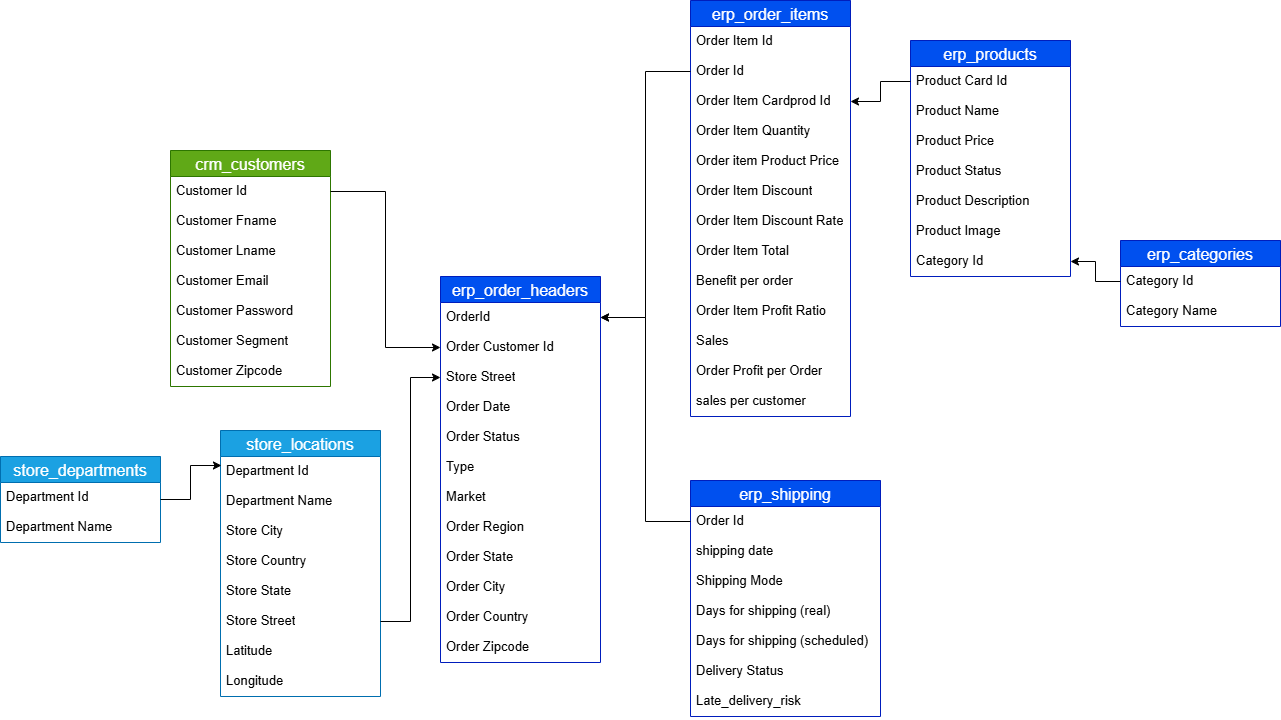
Earlier version of the draw.io export datasets/Sources Integration.drawio.png (MohammadGhanaym/Sales-Logistics-Analytics-DWH). Source tidied: cells renumbered, new cells last; positions are measured from the earlier drawing's top-left corner, leaving out a move shared by most shapes.
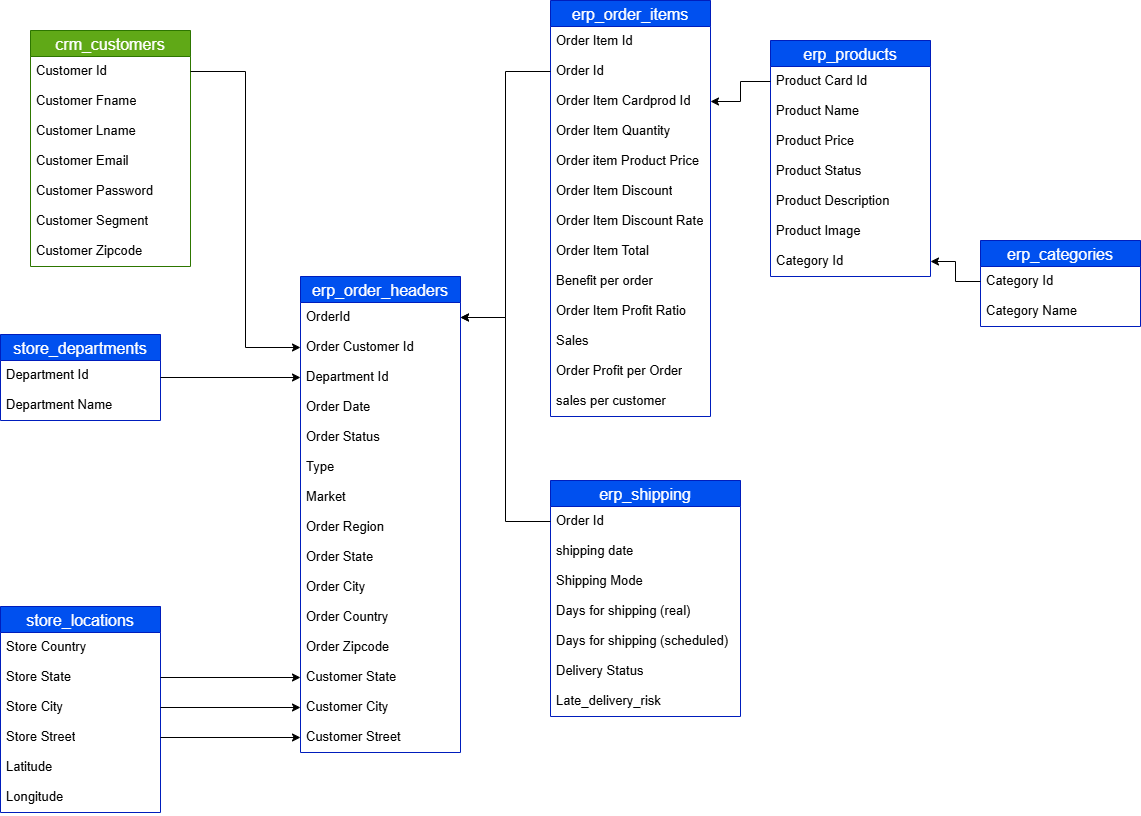
After the commit.

What changed in the source:
```diff
@@ -3,7 +3,7 @@
     <mxCell id="0" />
     <mxCell id="1" parent="0" />
     <mxCell id="2" value="crm_customers" style="swimlane;fontStyle=0;horizontal=1;startSize=26;align=center;fontSize=16;fillColor=#60a917;fontColor=#ffffff;strokeColor=#2D7600;" parent="1" vertex="1">
-      <mxGeometry x="170" y="150" width="160" height="236" as="geometry" />
+      <mxGeometry x="170" y="30" width="160" height="236" as="geometry" />
     </mxCell>
     <mxCell id="3" value="Customer Id" style="text;strokeColor=none;fillColor=none;spacingLeft=4;spacingRight=4;overflow=hidden;points=[[0,0.5],[1,0.5]];portConstraint=eastwest;fontSize=13;whiteSpace=wrap;html=1;" parent="2" vertex="1">
       <mxGeometry y="26" width="160" height="30" as="geometry" />
@@ -26,32 +26,26 @@
     <mxCell id="9" value="Customer Zipcode" style="text;strokeColor=none;fillColor=none;spacingLeft=4;spacingRight=4;overflow=hidden;fontSize=13;whiteSpace=wrap;html=1;" parent="2" vertex="1">
       <mxGeometry y="206" width="160" height="30" as="geometry" />
     </mxCell>
-    <mxCell id="10" value="store_locations" style="swimlane;fontStyle=0;horizontal=1;startSize=26;align=center;fontSize=16;fillColor=#1ba1e2;fontColor=#ffffff;strokeColor=#006EAF;" parent="1" vertex="1">
-      <mxGeometry x="220" y="430" width="160" height="266" as="geometry" />
+    <mxCell id="10" value="store_locations" style="swimlane;fontStyle=0;horizontal=1;startSize=26;align=center;fontSize=16;fillColor=#0050ef;fontColor=#ffffff;strokeColor=#001DBC;" parent="1" vertex="1">
+      <mxGeometry x="140" y="606" width="160" height="206" as="geometry" />
     </mxCell>
-    <mxCell id="11" value="Department Id" style="text;strokeColor=none;fillColor=none;spacingLeft=4;spacingRight=4;overflow=hidden;points=[[0,0.5],[1,0.5]];portConstraint=eastwest;fontSize=13;whiteSpace=wrap;html=1;" parent="10" vertex="1">
-      <mxGeometry y="26" width="160" height="30" as="geometry" />
-    </mxCell>
-    <mxCell id="12" value="Department Name" style="text;strokeColor=none;fillColor=none;spacingLeft=4;spacingRight=4;overflow=hidden;fontSize=13;whiteSpace=wrap;html=1;" parent="10" vertex="1">
-      <mxGeometry y="56" width="160" height="30" as="geometry" />
-    </mxCell>
-    <mxCell id="13" value="Store City" style="text;strokeColor=none;fillColor=none;spacingLeft=4;spacingRight=4;overflow=hidden;fontSize=13;whiteSpace=wrap;html=1;" parent="10" vertex="1">
-      <mxGeometry y="86" width="160" height="30" as="geometry" />
+    <mxCell id="13" value="Store Country" style="text;strokeColor=none;fillColor=none;spacingLeft=4;spacingRight=4;overflow=hidden;fontSize=13;whiteSpace=wrap;html=1;" parent="10" vertex="1">
+      <mxGeometry y="26" width="160" height="30" as="geometry" />
     </mxCell>
-    <mxCell id="14" value="Store Country" style="text;strokeColor=none;fillColor=none;spacingLeft=4;spacingRight=4;overflow=hidden;points=[[0,0.5],[1,0.5]];portConstraint=eastwest;fontSize=13;whiteSpace=wrap;html=1;" parent="10" vertex="1">
-      <mxGeometry y="116" width="160" height="30" as="geometry" />
+    <mxCell id="14" value="Store State" style="text;strokeColor=none;fillColor=none;spacingLeft=4;spacingRight=4;overflow=hidden;points=[[0,0.5],[1,0.5]];portConstraint=eastwest;fontSize=13;whiteSpace=wrap;html=1;" parent="10" vertex="1">
+      <mxGeometry y="56" width="160" height="30" as="geometry" />
     </mxCell>
-    <mxCell id="15" value="Store State" style="text;strokeColor=none;fillColor=none;spacingLeft=4;spacingRight=4;overflow=hidden;points=[[0,0.5],[1,0.5]];portConstraint=eastwest;fontSize=13;whiteSpace=wrap;html=1;" parent="10" vertex="1">
-      <mxGeometry y="146" width="160" height="30" as="geometry" />
+    <mxCell id="15" value="Store City" style="text;strokeColor=none;fillColor=none;spacingLeft=4;spacingRight=4;overflow=hidden;points=[[0,0.5],[1,0.5]];portConstraint=eastwest;fontSize=13;whiteSpace=wrap;html=1;" parent="10" vertex="1">
+      <mxGeometry y="86" width="160" height="30" as="geometry" />
     </mxCell>
     <mxCell id="16" value="Store Street" style="text;strokeColor=none;fillColor=none;spacingLeft=4;spacingRight=4;overflow=hidden;points=[[0,0.5],[1,0.5]];portConstraint=eastwest;fontSize=13;whiteSpace=wrap;html=1;" parent="10" vertex="1">
-      <mxGeometry y="176" width="160" height="30" as="geometry" />
+      <mxGeometry y="116" width="160" height="30" as="geometry" />
     </mxCell>
     <mxCell id="17" value="Latitude" style="text;strokeColor=none;fillColor=none;spacingLeft=4;spacingRight=4;overflow=hidden;fontSize=13;whiteSpace=wrap;html=1;" parent="10" vertex="1">
-      <mxGeometry y="206" width="160" height="30" as="geometry" />
+      <mxGeometry y="146" width="160" height="30" as="geometry" />
     </mxCell>
     <mxCell id="18" value="Longitude" style="text;strokeColor=none;fillColor=none;spacingLeft=4;spacingRight=4;overflow=hidden;fontSize=13;whiteSpace=wrap;html=1;" parent="10" vertex="1">
-      <mxGeometry y="236" width="160" height="30" as="geometry" />
+      <mxGeometry y="176" width="160" height="30" as="geometry" />
     </mxCell>
     <mxCell id="19" value="erp_products" style="swimlane;fontStyle=0;horizontal=1;startSize=26;align=center;fontSize=16;fillColor=#0050ef;fontColor=#ffffff;strokeColor=#001DBC;" parent="1" vertex="1">
       <mxGeometry x="910" y="40" width="160" height="236" as="geometry" />
@@ -87,7 +81,7 @@
       <mxGeometry y="56" width="160" height="30" as="geometry" />
     </mxCell>
     <mxCell id="30" value="erp_order_headers" style="swimlane;fontStyle=0;horizontal=1;startSize=26;align=center;fontSize=16;fillColor=#0050ef;fontColor=#ffffff;strokeColor=#001DBC;" parent="1" vertex="1">
-      <mxGeometry x="440" y="276" width="160" height="386" as="geometry" />
+      <mxGeometry x="440" y="276" width="160" height="476" as="geometry" />
     </mxCell>
     <mxCell id="31" value="OrderId" style="text;strokeColor=none;fillColor=none;spacingLeft=4;spacingRight=4;overflow=hidden;points=[[0,0.5],[1,0.5]];portConstraint=eastwest;fontSize=13;whiteSpace=wrap;html=1;" parent="30" vertex="1">
       <mxGeometry y="26" width="160" height="30" as="geometry" />
@@ -95,9 +89,9 @@
     <mxCell id="32" value="Order Customer Id" style="text;strokeColor=none;fillColor=none;spacingLeft=4;spacingRight=4;overflow=hidden;points=[[0,0.5],[1,0.5]];portConstraint=eastwest;fontSize=13;whiteSpace=wrap;html=1;" parent="30" vertex="1">
       <mxGeometry y="56" width="160" height="30" as="geometry" />
     </mxCell>
-    <mxCell id="33" value="Store Street" style="text;strokeColor=none;fillColor=none;spacingLeft=4;spacingRight=4;overflow=hidden;points=[[0,0.5],[1,0.5]];portConstraint=eastwest;fontSize=13;whiteSpace=wrap;html=1;" parent="30" vertex="1">
-      <mxGeometry y="86" width="160" height="30" as="geometry" />
-    </mxCell>
+    <mxCell id="11" value="Department Id" style="text;strokeColor=none;fillColor=none;spacingLeft=4;spacingRight=4;overflow=hidden;points=[[0,0.5],[1,0.5]];portConstraint=eastwest;fontSize=13;whiteSpace=wrap;html=1;" parent="30" vertex="1">
+      <mxGeometry y="86" width="160" height="30" as="geometry" />
+    </mxCell>
     <mxCell id="34" value="Order Date" style="text;strokeColor=none;fillColor=none;spacingLeft=4;spacingRight=4;overflow=hidden;fontSize=13;whiteSpace=wrap;html=1;" parent="30" vertex="1">
       <mxGeometry y="116" width="160" height="30" as="geometry" />
     </mxCell>
@@ -125,6 +119,15 @@
     <mxCell id="42" value="Order Zipcode" style="text;strokeColor=none;fillColor=none;spacingLeft=4;spacingRight=4;overflow=hidden;fontSize=13;whiteSpace=wrap;html=1;" parent="30" vertex="1">
       <mxGeometry y="356" width="160" height="30" as="geometry" />
     </mxCell>
+    <mxCell id="75" value="Customer State" style="text;strokeColor=none;fillColor=none;spacingLeft=4;spacingRight=4;overflow=hidden;points=[[0,0.5],[1,0.5]];portConstraint=eastwest;fontSize=13;whiteSpace=wrap;html=1;" parent="30" vertex="1">
+      <mxGeometry y="386" width="160" height="30" as="geometry" />
+    </mxCell>
+    <mxCell id="76" value="Customer City" style="text;strokeColor=none;fillColor=none;spacingLeft=4;spacingRight=4;overflow=hidden;points=[[0,0.5],[1,0.5]];portConstraint=eastwest;fontSize=13;whiteSpace=wrap;html=1;" parent="30" vertex="1">
+      <mxGeometry y="416" width="160" height="30" as="geometry" />
+    </mxCell>
+    <mxCell id="77" value="Customer Street" style="text;strokeColor=none;fillColor=none;spacingLeft=4;spacingRight=4;overflow=hidden;points=[[0,0.5],[1,0.5]];portConstraint=eastwest;fontSize=13;whiteSpace=wrap;html=1;" parent="30" vertex="1">
+      <mxGeometry y="446" width="160" height="30" as="geometry" />
+    </mxCell>
     <mxCell id="43" value="erp_order_items" style="swimlane;fontStyle=0;horizontal=1;startSize=26;align=center;fontSize=16;fillColor=#0050ef;fontColor=#ffffff;strokeColor=#001DBC;" parent="1" vertex="1">
       <mxGeometry x="690" width="160" height="416" as="geometry" />
     </mxCell>
@@ -206,8 +209,8 @@
     <mxCell id="69" style="edgeStyle=orthogonalEdgeStyle;rounded=0;jettySize=auto;html=1;entryX=0;entryY=0.5;entryDx=0;entryDy=0;" parent="1" edge="1" source="3" target="32">
       <mxGeometry relative="1" as="geometry" />
     </mxCell>
-    <mxCell id="70" value="store_departments" style="swimlane;fontStyle=0;horizontal=1;startSize=26;align=center;fontSize=16;fillColor=#1ba1e2;fontColor=#ffffff;strokeColor=#006EAF;" parent="1" vertex="1">
-      <mxGeometry y="456" width="160" height="86" as="geometry" />
+    <mxCell id="70" value="store_departments" style="swimlane;fontStyle=0;horizontal=1;startSize=26;align=center;fontSize=16;fillColor=#0050ef;fontColor=#ffffff;strokeColor=#001DBC;" parent="1" vertex="1">
+      <mxGeometry x="140" y="334" width="160" height="86" as="geometry" />
     </mxCell>
     <mxCell id="71" value="Department Id" style="text;strokeColor=none;fillColor=none;spacingLeft=4;spacingRight=4;overflow=hidden;fontSize=13;whiteSpace=wrap;html=1;" parent="70" vertex="1">
       <mxGeometry y="26" width="160" height="30" as="geometry" />
@@ -215,11 +218,17 @@
     <mxCell id="72" value="Department Name" style="text;strokeColor=none;fillColor=none;spacingLeft=4;spacingRight=4;overflow=hidden;fontSize=13;whiteSpace=wrap;html=1;" parent="70" vertex="1">
       <mxGeometry y="56" width="160" height="30" as="geometry" />
     </mxCell>
-    <mxCell id="73" style="edgeStyle=orthogonalEdgeStyle;rounded=0;jettySize=auto;html=1;entryX=0.006;entryY=0.3;entryDx=0;entryDy=0;entryPerimeter=0;" parent="1" edge="1" source="70" target="11">
+    <mxCell id="73" style="edgeStyle=orthogonalEdgeStyle;rounded=0;jettySize=auto;html=1;entryX=0;entryY=0.5;entryDx=0;entryDy=0;" parent="1" edge="1" source="70" target="11">
       <mxGeometry relative="1" as="geometry" />
     </mxCell>
-    <mxCell id="74" style="edgeStyle=orthogonalEdgeStyle;rounded=0;jettySize=auto;html=1;entryX=0;entryY=0.5;entryDx=0;entryDy=0;" parent="1" edge="1" source="16" target="33">
+    <mxCell id="74" style="edgeStyle=orthogonalEdgeStyle;rounded=0;jettySize=auto;html=1;entryX=0;entryY=0.5;entryDx=0;entryDy=0;" parent="1" edge="1" source="16" target="77">
       <mxGeometry relative="1" as="geometry" />
     </mxCell>
+    <mxCell id="78" style="edgeStyle=orthogonalEdgeStyle;rounded=0;jettySize=auto;html=1;entryX=0;entryY=0.5;entryDx=0;entryDy=0;" parent="1" edge="1" source="15" target="76">
+      <mxGeometry relative="1" as="geometry" />
+    </mxCell>
+    <mxCell id="79" style="edgeStyle=orthogonalEdgeStyle;rounded=0;jettySize=auto;html=1;entryX=0;entryY=0.5;entryDx=0;entryDy=0;" parent="1" edge="1" source="14" target="75">
+      <mxGeometry relative="1" as="geometry" />
+    </mxCell>
   </root>
 </mxGraphModel>
```
